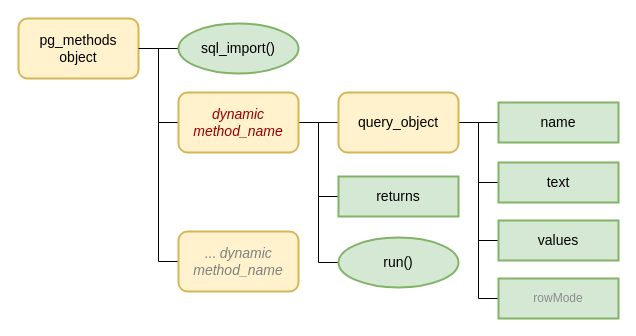
Before: pg_methods.drawio in stefanov-sm/Pg_methods-PostgreSQL-methods-for-node.js, a draw.io diagram. Source tidied: cells renumbered, new cells numbered last; positions are measured from the earlier drawing's top-left corner, leaving out a move shared by most shapes. Both pictures are drawn from the tidied source at 100%, with x=0, y=0 at pixel (18, 18).
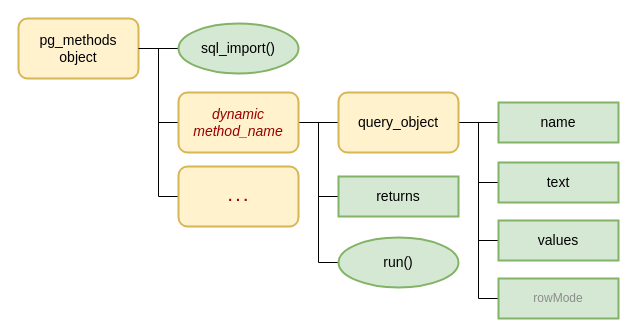
Above is the later version.

What changed in the source:
```diff
@@
-    <mxCell id="20" value="&lt;div style=&quot;font-size: 14px;&quot;&gt;&lt;font color=&quot;#808080&quot;&gt;... &lt;i&gt;dynamic&lt;/i&gt;&lt;/font&gt;&lt;/div&gt;&lt;div style=&quot;font-size: 14px;&quot;&gt;&lt;font color=&quot;#808080&quot;&gt;&lt;i&gt;method_name &lt;br&gt;&lt;/i&gt;&lt;/font&gt;&lt;/div&gt;" style="rounded=1;whiteSpace=wrap;html=1;fillColor=#fff2cc;strokeColor=#d6b656;fontColor=#990000;shadow=0;glass=0;strokeWidth=2;" parent="1" vertex="1">
-      <mxGeometry x="160" y="213" width="120" height="60" as="geometry" />
+    <mxCell id="20" value="&lt;div style=&quot;font-size: 14px;&quot;&gt;&lt;font style=&quot;font-size: 14px;&quot;&gt;&lt;b&gt;. . . &lt;/b&gt;&lt;br&gt;&lt;/font&gt;&lt;/div&gt;" style="rounded=1;whiteSpace=wrap;html=1;fillColor=#fff2cc;strokeColor=#d6b656;fontColor=#990000;shadow=0;glass=0;strokeWidth=2;" parent="1" vertex="1">
+      <mxGeometry x="160" y="148" width="120" height="60" as="geometry" />
     </mxCell>
```
